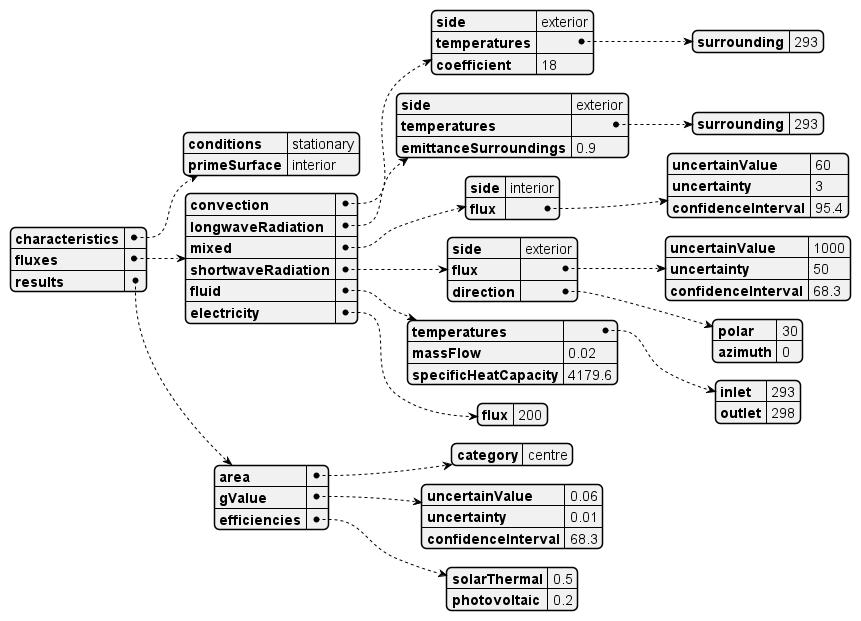
This is docs/diagrams/out/calorimetricData/semiTransparentBuildingIntegratedPhotovoltaicThermal/semiTransparentBuildingIntegratedPhotovoltaicThermalCalorimetric.png from building-envelope-data/api, a PlantUML export, as it was before one commit.
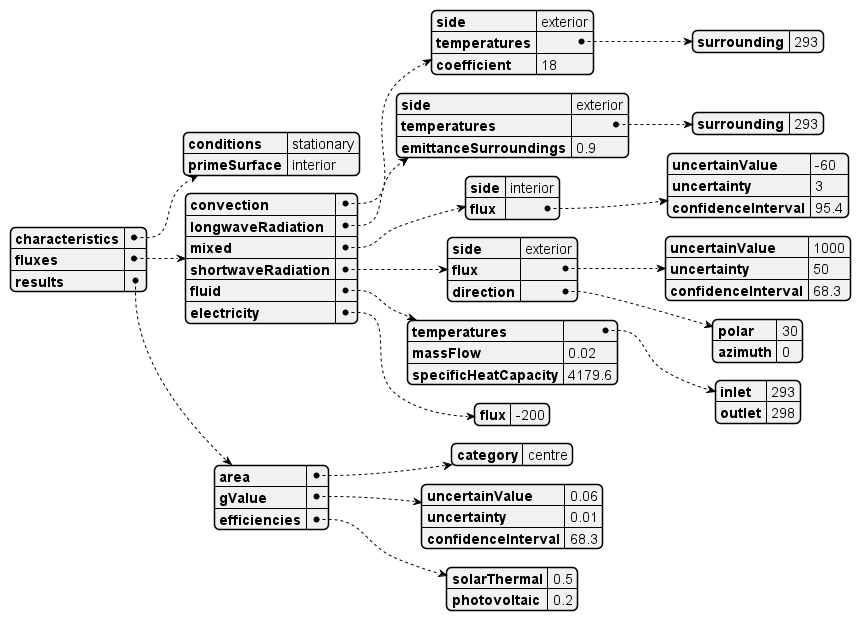
After the commit.

Commit message:
Correct flux direction

Change to the diagram source:
```diff
@@ -30,7 +30,7 @@
     {
       "side": "interior",
       "flux": {
-        "uncertainValue": 60,
+        "uncertainValue": -60,
         "uncertainty": 3,
         "confidenceInterval": 95.4
       }
@@ -64,7 +64,7 @@
     ,
     "electricity":
     {
-      "flux": 200
+      "flux": -200
     }
   }
   ,
```
